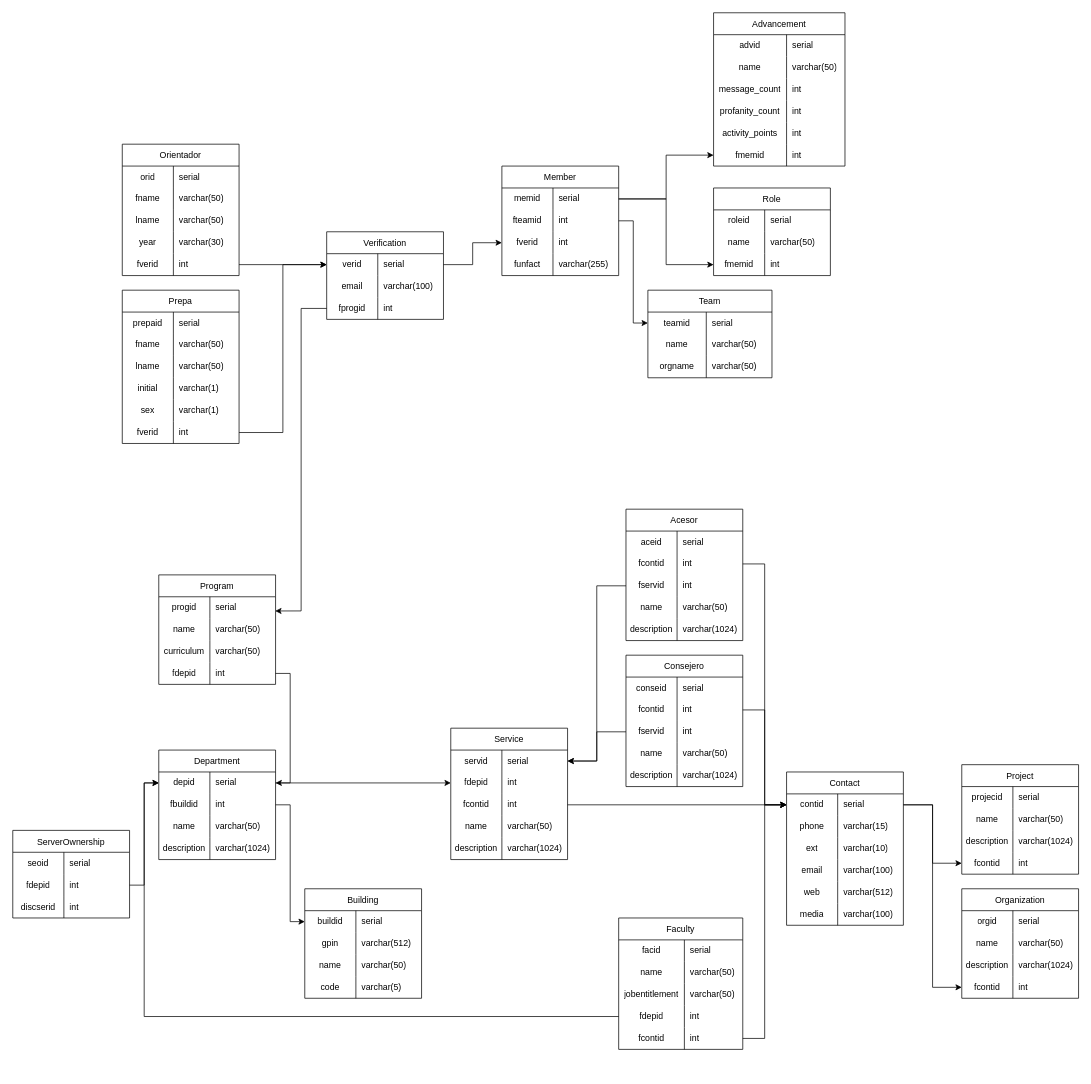
This is schema/Untitled Diagram.drawio from AlfredoSoto1/BotOrientador, a draw.io file, before an edit. Source tidied: cells renumbered, new cells numbered last; positions are measured from the earlier drawing's top-left corner, leaving out a move shared by most shapes. Both pictures are drawn from the tidied source at 73%, with x=0, y=0 at pixel (12, 12).
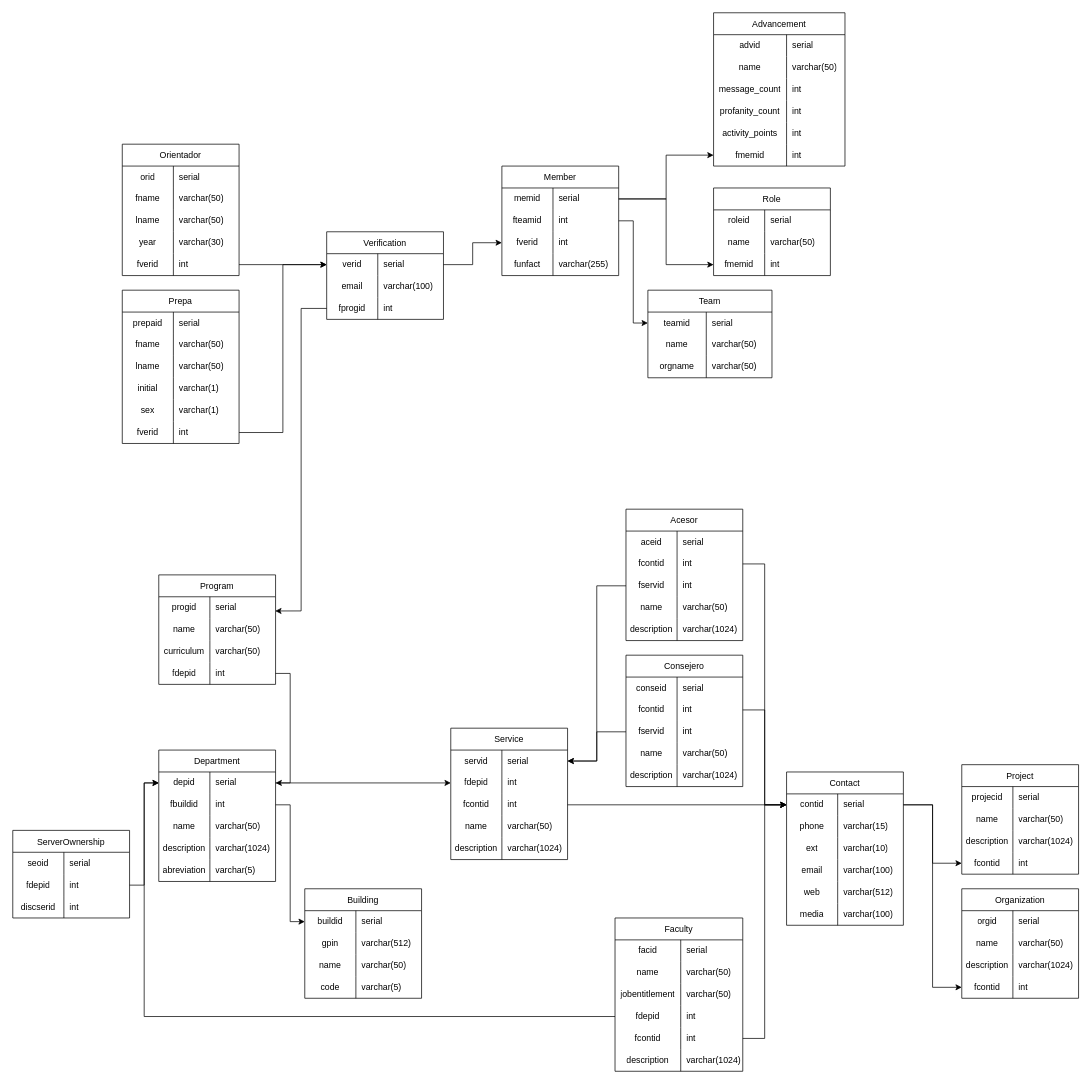
After the change.

The edit, as a diff of the source:
```diff
@@
     <mxCell id="106" value="Department" style="shape=table;startSize=30;childLayout=tableLayout;rowLines=0;fontStyle=0;strokeColor=default;fontSize=12;" parent="1" vertex="1">
-      <mxGeometry x="200" y="1010" width="160" height="150" as="geometry" />
+      <mxGeometry x="200" y="1010" width="160" height="180" as="geometry" />
     </mxCell>
@@
+    <mxCell id="278" style="shape=tableRow;horizontal=0;startSize=0;swimlaneHead=0;swimlaneBody=0;top=0;left=0;bottom=0;right=0;fillColor=none;strokeColor=inherit;fontSize=12;" parent="106" vertex="1">
+      <mxGeometry y="150" width="160" height="30" as="geometry" />
+    </mxCell>
+    <mxCell id="279" value="abreviation" style="shape=partialRectangle;html=1;whiteSpace=wrap;fillColor=none;top=0;left=0;bottom=0;right=0;overflow=hidden;strokeColor=inherit;fontSize=12;" parent="278" vertex="1">
+      <mxGeometry width="70" height="30" as="geometry" />
+    </mxCell>
+    <mxCell id="280" value="varchar(5)" style="shape=partialRectangle;html=1;whiteSpace=wrap;fillColor=none;top=0;left=0;bottom=0;right=0;align=left;spacingLeft=6;overflow=hidden;strokeColor=inherit;fontSize=12;" parent="278" vertex="1">
+      <mxGeometry x="70" width="90" height="30" as="geometry" />
+    </mxCell>
@@
     <mxCell id="206" value="Faculty" style="shape=table;startSize=30;childLayout=tableLayout;rowLines=0;fontStyle=0;strokeColor=default;fontSize=12;" parent="1" vertex="1">
-      <mxGeometry x="830" y="1240" width="170" height="180" as="geometry" />
+      <mxGeometry x="825" y="1240" width="175" height="210" as="geometry" />
     </mxCell>
     <mxCell id="207" style="shape=tableRow;horizontal=0;startSize=0;swimlaneHead=0;swimlaneBody=0;top=0;left=0;bottom=0;right=0;fillColor=none;strokeColor=inherit;fontSize=12;" parent="206" vertex="1">
-      <mxGeometry y="30" width="170" height="30" as="geometry" />
+      <mxGeometry y="30" width="175" height="30" as="geometry" />
     </mxCell>
@@
     <mxCell id="209" value="serial" style="shape=partialRectangle;html=1;whiteSpace=wrap;fillColor=none;top=0;left=0;bottom=0;right=0;align=left;spacingLeft=6;overflow=hidden;strokeColor=inherit;fontSize=12;" parent="207" vertex="1">
-      <mxGeometry x="90" width="80" height="30" as="geometry" />
+      <mxGeometry x="90" width="85" height="30" as="geometry" />
     </mxCell>
     <mxCell id="210" style="shape=tableRow;horizontal=0;startSize=0;swimlaneHead=0;swimlaneBody=0;top=0;left=0;bottom=0;right=0;fillColor=none;strokeColor=inherit;fontSize=12;" parent="206" vertex="1">
-      <mxGeometry y="60" width="170" height="30" as="geometry" />
+      <mxGeometry y="60" width="175" height="30" as="geometry" />
     </mxCell>
@@
     <mxCell id="212" value="varchar(50)" style="shape=partialRectangle;html=1;whiteSpace=wrap;fillColor=none;top=0;left=0;bottom=0;right=0;align=left;spacingLeft=6;overflow=hidden;strokeColor=inherit;fontSize=12;" parent="210" vertex="1">
-      <mxGeometry x="90" width="80" height="30" as="geometry" />
+      <mxGeometry x="90" width="85" height="30" as="geometry" />
     </mxCell>
     <mxCell id="213" style="shape=tableRow;horizontal=0;startSize=0;swimlaneHead=0;swimlaneBody=0;top=0;left=0;bottom=0;right=0;fillColor=none;strokeColor=inherit;fontSize=12;" parent="206" vertex="1">
-      <mxGeometry y="90" width="170" height="30" as="geometry" />
+      <mxGeometry y="90" width="175" height="30" as="geometry" />
     </mxCell>
@@
     <mxCell id="215" value="varchar(50)" style="shape=partialRectangle;html=1;whiteSpace=wrap;fillColor=none;top=0;left=0;bottom=0;right=0;align=left;spacingLeft=6;overflow=hidden;strokeColor=inherit;fontSize=12;" parent="213" vertex="1">
-      <mxGeometry x="90" width="80" height="30" as="geometry" />
+      <mxGeometry x="90" width="85" height="30" as="geometry" />
     </mxCell>
     <mxCell id="216" style="shape=tableRow;horizontal=0;startSize=0;swimlaneHead=0;swimlaneBody=0;top=0;left=0;bottom=0;right=0;fillColor=none;points=[[0,0.5],[1,0.5]];portConstraint=eastwest;strokeColor=inherit;fontSize=12;" parent="206" vertex="1">
-      <mxGeometry y="120" width="170" height="30" as="geometry" />
+      <mxGeometry y="120" width="175" height="30" as="geometry" />
     </mxCell>
@@
     <mxCell id="218" value="int" style="shape=partialRectangle;html=1;whiteSpace=wrap;fillColor=none;top=0;left=0;bottom=0;right=0;align=left;spacingLeft=6;overflow=hidden;strokeColor=inherit;fontSize=12;" parent="216" vertex="1">
-      <mxGeometry x="90" width="80" height="30" as="geometry" />
+      <mxGeometry x="90" width="85" height="30" as="geometry" />
     </mxCell>
     <mxCell id="219" style="shape=tableRow;horizontal=0;startSize=0;swimlaneHead=0;swimlaneBody=0;top=0;left=0;bottom=0;right=0;fillColor=none;points=[[0,0.5],[1,0.5]];portConstraint=eastwest;strokeColor=inherit;fontSize=12;" parent="206" vertex="1">
-      <mxGeometry y="150" width="170" height="30" as="geometry" />
+      <mxGeometry y="150" width="175" height="30" as="geometry" />
     </mxCell>
@@
     <mxCell id="221" value="int" style="shape=partialRectangle;html=1;whiteSpace=wrap;fillColor=none;top=0;left=0;bottom=0;right=0;align=left;spacingLeft=6;overflow=hidden;strokeColor=inherit;fontSize=12;" parent="219" vertex="1">
-      <mxGeometry x="90" width="80" height="30" as="geometry" />
+      <mxGeometry x="90" width="85" height="30" as="geometry" />
     </mxCell>
+    <mxCell id="281" style="shape=tableRow;horizontal=0;startSize=0;swimlaneHead=0;swimlaneBody=0;top=0;left=0;bottom=0;right=0;fillColor=none;strokeColor=inherit;fontSize=12;" parent="206" vertex="1">
+      <mxGeometry y="180" width="175" height="30" as="geometry" />
+    </mxCell>
+    <mxCell id="282" value="description" style="shape=partialRectangle;html=1;whiteSpace=wrap;fillColor=none;top=0;left=0;bottom=0;right=0;overflow=hidden;strokeColor=inherit;fontSize=12;" parent="281" vertex="1">
+      <mxGeometry width="90" height="30" as="geometry" />
+    </mxCell>
+    <mxCell id="283" value="varchar(1024)" style="shape=partialRectangle;html=1;whiteSpace=wrap;fillColor=none;top=0;left=0;bottom=0;right=0;align=left;spacingLeft=6;overflow=hidden;strokeColor=inherit;fontSize=12;" parent="281" vertex="1">
+      <mxGeometry x="90" width="85" height="30" as="geometry" />
+    </mxCell>
```
